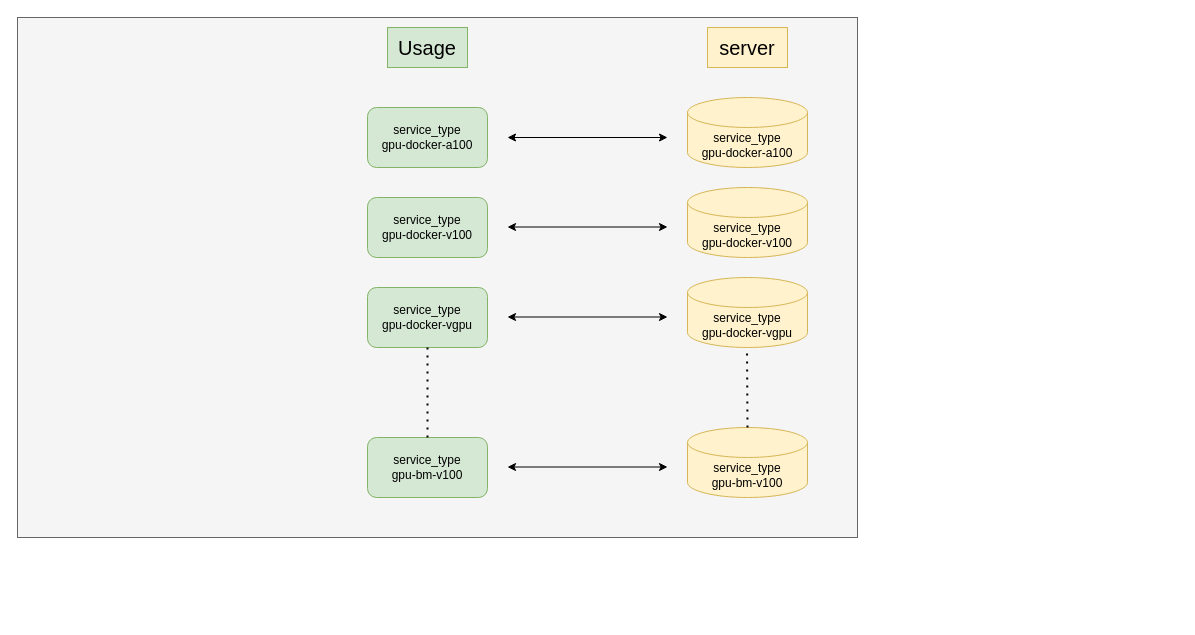
Earlier version of the draw.io diagram finops-cost-insight-gpu-1.drawio (YanshanSong/draw.io). Source tidied: cells renumbered, new cells numbered last; positions are measured from the earlier drawing's top-left corner, leaving out a move shared by most shapes. Both pictures are drawn from the tidied source at 100%, with x=0, y=0 at pixel (17, 17).
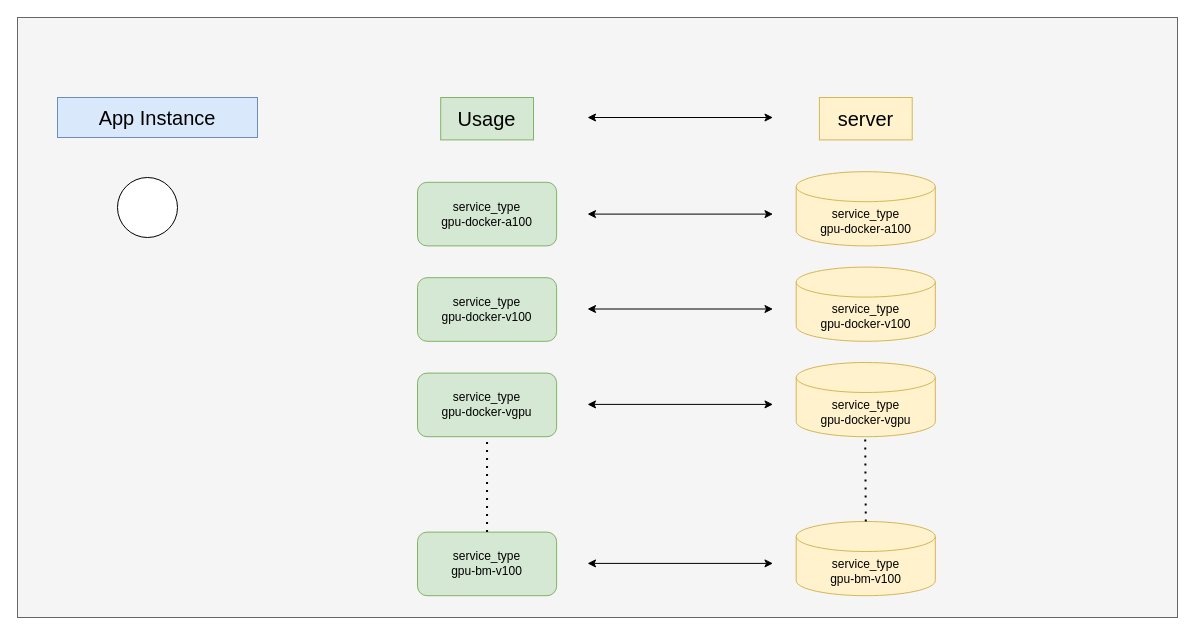
The same diagram, later.

Diff of the diagram source:
```diff
@@
     <mxCell id="2" style="rounded=0;whiteSpace=wrap;html=1;fillColor=#f5f5f5;fontColor=#333333;strokeColor=#666666;" parent="1" vertex="1">
-      <mxGeometry width="840" height="520" as="geometry" />
+      <mxGeometry width="1160" height="600" as="geometry" />
     </mxCell>
-    <mxCell id="3" style="group;" parent="1" vertex="1">
-      <mxGeometry x="350" y="10" width="440" height="470" as="geometry" />
-    </mxCell>
-    <mxCell id="4" value="service_type&lt;br&gt;gpu-docker-a100" style="rounded=1;whiteSpace=wrap;html=1;fillColor=#d5e8d4;strokeColor=#82b366;" parent="3" vertex="1">
-      <mxGeometry y="80" width="120" height="60" as="geometry" />
-    </mxCell>
-    <mxCell id="5" value="service_type&lt;br&gt;gpu-docker-v100" style="rounded=1;whiteSpace=wrap;html=1;fillColor=#d5e8d4;strokeColor=#82b366;" parent="3" vertex="1">
-      <mxGeometry y="170" width="120" height="60" as="geometry" />
-    </mxCell>
-    <mxCell id="6" value="service_type&lt;br&gt;gpu-docker-vgpu" style="rounded=1;whiteSpace=wrap;html=1;fillColor=#d5e8d4;strokeColor=#82b366;" parent="3" vertex="1">
-      <mxGeometry y="260" width="120" height="60" as="geometry" />
-    </mxCell>
-    <mxCell id="7" value="service_type&lt;br&gt;gpu-bm-v100" style="rounded=1;whiteSpace=wrap;html=1;fillColor=#d5e8d4;strokeColor=#82b366;" parent="3" vertex="1">
-      <mxGeometry y="410" width="120" height="60" as="geometry" />
-    </mxCell>
-    <mxCell id="8" value="Usage" style="text;html=1;strokeColor=#82b366;fillColor=#d5e8d4;align=center;verticalAlign=middle;whiteSpace=wrap;rounded=0;strokeWidth=1;fontSize=20;fontStyle=0;" parent="3" vertex="1">
-      <mxGeometry x="20" width="80" height="40" as="geometry" />
-    </mxCell>
-    <mxCell id="9" style="endArrow=none;dashed=1;html=1;dashPattern=1 3;strokeWidth=2;rounded=0;exitX=0.5;exitY=0;exitDx=0;exitDy=0;entryX=0.5;entryY=1;entryDx=0;entryDy=0;" parent="3" edge="1" source="7" target="6">
-      <mxGeometry relative="1" as="geometry" />
-    </mxCell>
-    <mxCell id="10" style="group;" parent="3" vertex="1">
-      <mxGeometry x="140" width="300" height="470" as="geometry" />
+    <mxCell id="10" style="group;" parent="1" vertex="1">
+      <mxGeometry x="570" y="80" width="347.8" height="498.2" as="geometry" />
     </mxCell>
     <mxCell id="11" style="endArrow=classic;startArrow=classic;html=1;rounded=0;" parent="10" edge="1">
       <mxGeometry relative="1" as="geometry">
-        <mxPoint y="110" as="sourcePoint" />
-        <mxPoint x="160" y="110" as="targetPoint" />
+        <mxPoint y="116.6" as="sourcePoint" />
+        <mxPoint x="185.5" y="116.6" as="targetPoint" />
       </mxGeometry>
     </mxCell>
     <mxCell id="12" style="endArrow=classic;startArrow=classic;html=1;rounded=0;" parent="10" edge="1">
       <mxGeometry relative="1" as="geometry">
-        <mxPoint y="199.5" as="sourcePoint" />
-        <mxPoint x="160" y="199.5" as="targetPoint" />
+        <mxPoint y="211.5" as="sourcePoint" />
+        <mxPoint x="185.5" y="211.5" as="targetPoint" />
       </mxGeometry>
     </mxCell>
     <mxCell id="13" style="endArrow=classic;startArrow=classic;html=1;rounded=0;" parent="10" edge="1">
       <mxGeometry relative="1" as="geometry">
-        <mxPoint y="289.5" as="sourcePoint" />
-        <mxPoint x="160" y="289.5" as="targetPoint" />
+        <mxPoint y="306.9" as="sourcePoint" />
+        <mxPoint x="185.5" y="306.9" as="targetPoint" />
       </mxGeometry>
     </mxCell>
     <mxCell id="14" style="endArrow=classic;startArrow=classic;html=1;rounded=0;" parent="10" edge="1">
       <mxGeometry relative="1" as="geometry">
-        <mxPoint y="439.5" as="sourcePoint" />
-        <mxPoint x="160" y="439.5" as="targetPoint" />
+        <mxPoint y="465.9" as="sourcePoint" />
+        <mxPoint x="185.5" y="465.9" as="targetPoint" />
       </mxGeometry>
     </mxCell>
     <mxCell id="15" style="group;" parent="10" vertex="1">
-      <mxGeometry x="180" width="120" height="470" as="geometry" />
+      <mxGeometry x="208.7" width="139.1" height="498.2" as="geometry" />
     </mxCell>
     <mxCell id="16" value="service_type&lt;br&gt;gpu-docker-a100" style="shape=cylinder3;whiteSpace=wrap;html=1;boundedLbl=1;backgroundOutline=1;size=15;fillColor=#fff2cc;strokeColor=#d6b656;" parent="15" vertex="1">
-      <mxGeometry y="70" width="120" height="70" as="geometry" />
+      <mxGeometry y="74.2" width="139.1" height="74.2" as="geometry" />
     </mxCell>
     <mxCell id="17" value="server" style="text;html=1;strokeColor=#d6b656;fillColor=#fff2cc;align=center;verticalAlign=middle;whiteSpace=wrap;rounded=0;strokeWidth=1;fontSize=20;fontStyle=0;" parent="15" vertex="1">
-      <mxGeometry x="20" width="80" height="40" as="geometry" />
+      <mxGeometry x="23.2" width="92.8" height="42.4" as="geometry" />
     </mxCell>
     <mxCell id="18" value="service_type&lt;br&gt;gpu-docker-v100" style="shape=cylinder3;whiteSpace=wrap;html=1;boundedLbl=1;backgroundOutline=1;size=15;fillColor=#fff2cc;strokeColor=#d6b656;" parent="15" vertex="1">
-      <mxGeometry y="160" width="120" height="70" as="geometry" />
+      <mxGeometry y="169.6" width="139.1" height="74.2" as="geometry" />
     </mxCell>
     <mxCell id="19" value="service_type&lt;br&gt;gpu-docker-vgpu" style="shape=cylinder3;whiteSpace=wrap;html=1;boundedLbl=1;backgroundOutline=1;size=15;fillColor=#fff2cc;strokeColor=#d6b656;" parent="15" vertex="1">
-      <mxGeometry y="250" width="120" height="70" as="geometry" />
+      <mxGeometry y="265" width="139.1" height="74.2" as="geometry" />
     </mxCell>
     <mxCell id="20" value="service_type&lt;br&gt;gpu-bm-v100" style="shape=cylinder3;whiteSpace=wrap;html=1;boundedLbl=1;backgroundOutline=1;size=15;fillColor=#fff2cc;strokeColor=#d6b656;" parent="15" vertex="1">
-      <mxGeometry y="400" width="120" height="70" as="geometry" />
+      <mxGeometry y="424" width="139.1" height="74.2" as="geometry" />
     </mxCell>
     <mxCell id="21" style="endArrow=none;dashed=1;html=1;dashPattern=1 3;strokeWidth=2;rounded=0;entryX=0.5;entryY=1;entryDx=0;entryDy=0;" parent="15" edge="1">
       <mxGeometry relative="1" as="geometry">
-        <mxPoint x="60" y="400" as="sourcePoint" />
-        <mxPoint x="59.5" y="320" as="targetPoint" />
+        <mxPoint x="69.6" y="424" as="sourcePoint" />
+        <mxPoint x="69" y="339.2" as="targetPoint" />
       </mxGeometry>
     </mxCell>
+    <mxCell id="22" style="endArrow=classic;startArrow=classic;html=1;rounded=0;" parent="10" edge="1">
+      <mxGeometry relative="1" as="geometry">
+        <mxPoint y="20" as="sourcePoint" />
+        <mxPoint x="185.5" y="20" as="targetPoint" />
+      </mxGeometry>
+    </mxCell>
+    <mxCell id="23" style="group;" parent="1" vertex="1">
+      <mxGeometry x="400" y="80" width="139.1" height="498.2" as="geometry" />
+    </mxCell>
+    <mxCell id="4" value="service_type&lt;br&gt;gpu-docker-a100" style="rounded=1;whiteSpace=wrap;html=1;fillColor=#d5e8d4;strokeColor=#82b366;" parent="23" vertex="1">
+      <mxGeometry y="84.8" width="139.1" height="63.6" as="geometry" />
+    </mxCell>
+    <mxCell id="5" value="service_type&lt;br&gt;gpu-docker-v100" style="rounded=1;whiteSpace=wrap;html=1;fillColor=#d5e8d4;strokeColor=#82b366;" parent="23" vertex="1">
+      <mxGeometry y="180.2" width="139.1" height="63.6" as="geometry" />
+    </mxCell>
+    <mxCell id="6" value="service_type&lt;br&gt;gpu-docker-vgpu" style="rounded=1;whiteSpace=wrap;html=1;fillColor=#d5e8d4;strokeColor=#82b366;" parent="23" vertex="1">
+      <mxGeometry y="275.6" width="139.1" height="63.6" as="geometry" />
+    </mxCell>
+    <mxCell id="7" value="service_type&lt;br&gt;gpu-bm-v100" style="rounded=1;whiteSpace=wrap;html=1;fillColor=#d5e8d4;strokeColor=#82b366;" parent="23" vertex="1">
+      <mxGeometry y="434.6" width="139.1" height="63.6" as="geometry" />
+    </mxCell>
+    <mxCell id="8" value="Usage" style="text;html=1;strokeColor=#82b366;fillColor=#d5e8d4;align=center;verticalAlign=middle;whiteSpace=wrap;rounded=0;strokeWidth=1;fontSize=20;fontStyle=0;" parent="23" vertex="1">
+      <mxGeometry x="23.2" width="92.8" height="42.4" as="geometry" />
+    </mxCell>
+    <mxCell id="9" style="endArrow=none;dashed=1;html=1;dashPattern=1 3;strokeWidth=2;rounded=0;exitX=0.5;exitY=0;exitDx=0;exitDy=0;entryX=0.5;entryY=1;entryDx=0;entryDy=0;" parent="23" edge="1" source="7" target="6">
+      <mxGeometry relative="1" as="geometry" />
+    </mxCell>
+    <mxCell id="24" value="App Instance" style="text;html=1;strokeColor=#6c8ebf;fillColor=#dae8fc;align=center;verticalAlign=middle;whiteSpace=wrap;rounded=0;strokeWidth=1;fontSize=20;fontStyle=0;" parent="1" vertex="1">
+      <mxGeometry x="40" y="80" width="200" height="40" as="geometry" />
+    </mxCell>
+    <mxCell id="25" style="ellipse;whiteSpace=wrap;html=1;" parent="1" vertex="1">
+      <mxGeometry x="100" y="160" width="60" height="60" as="geometry" />
+    </mxCell>
```
